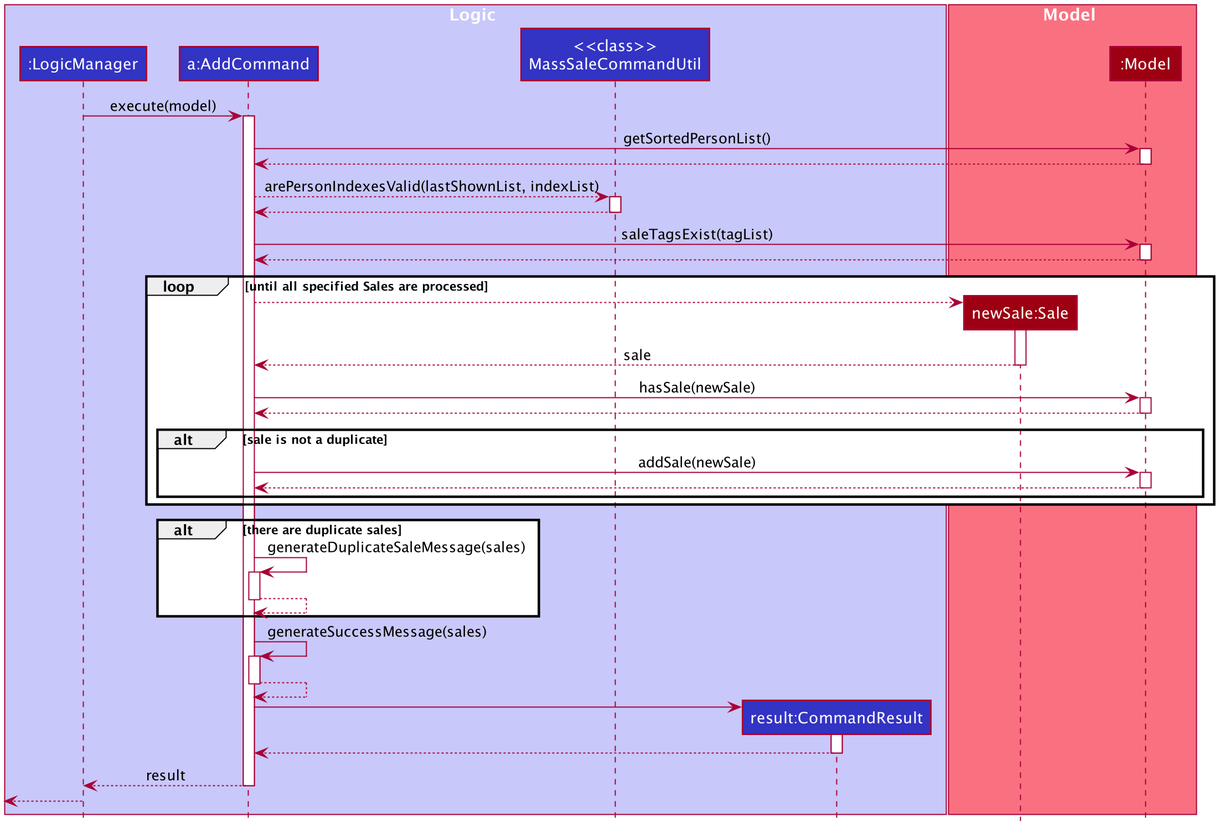
sebastiantoh/tp keeps this PlantUML diagram as docs/images/SaleExecuteAddSequenceDiagram.png. Above is the earlier version.
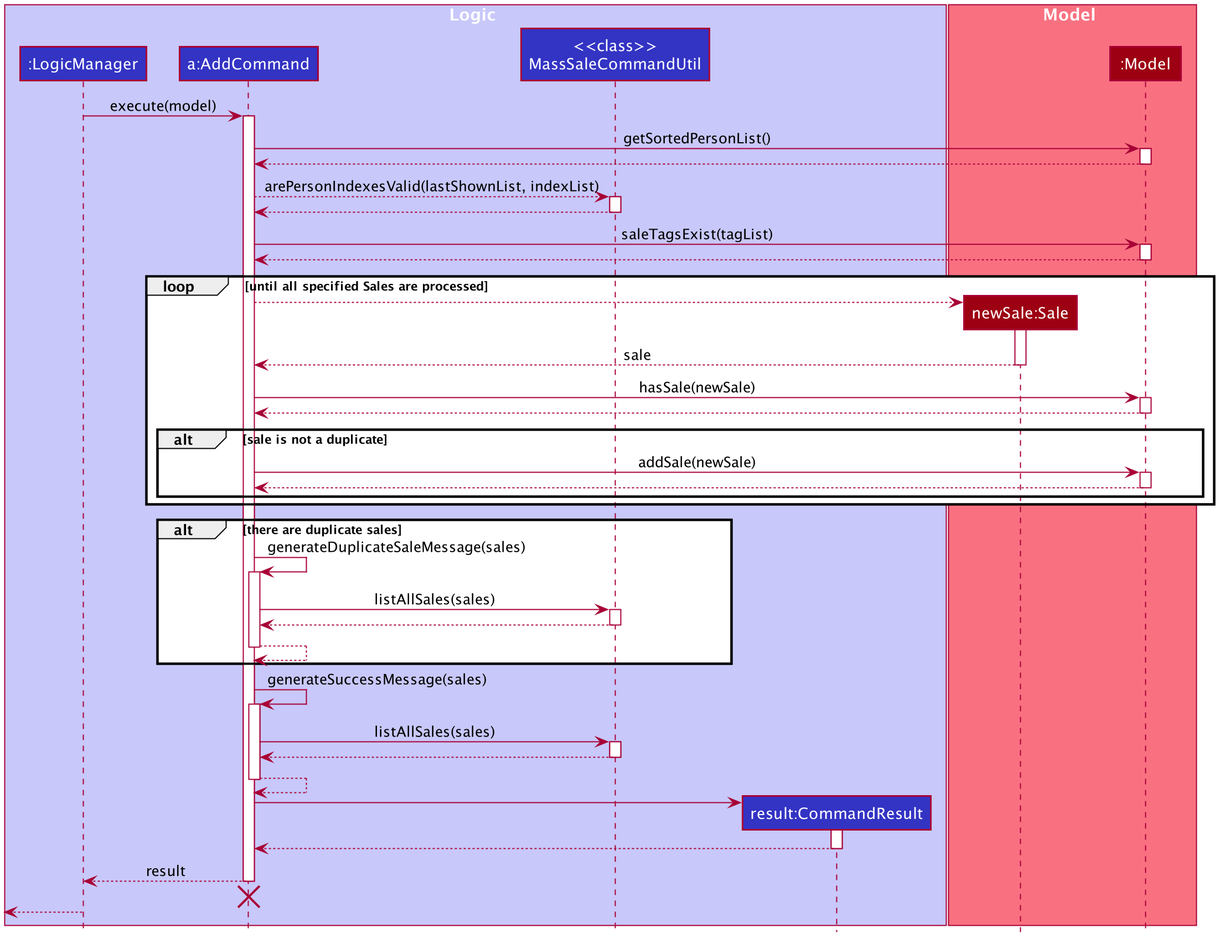
Later version of the same file.

Diff of the diagram source:
```diff
@@ -110,12 +110,24 @@
     AddCommand -> AddCommand : generateDuplicateSaleMessage(sales)
     activate AddCommand
 
+    AddCommand -> MassSaleCommandUtil : listAllSales(sales)
+    activate MassSaleCommandUtil
+
+    MassSaleCommandUtil --> AddCommand
+    deactivate MassSaleCommandUtil
+
     AddCommand --> AddCommand
     deactivate AddCommand
 end
 
 AddCommand -> AddCommand : generateSuccessMessage(sales)
 activate AddCommand
+
+AddCommand -> MassSaleCommandUtil : listAllSales(sales)
+activate MassSaleCommandUtil
+
+MassSaleCommandUtil --> AddCommand
+deactivate MassSaleCommandUtil
 
 AddCommand --> AddCommand
 deactivate AddCommand
@@ -130,6 +142,9 @@
 AddCommand --> LogicManager : result
 deactivate AddCommand
 
+AddCommand -[hidden]-> LogicManager
+destroy AddCommand
+
 [<--LogicManager
 deactivate LogicManager
 
```
